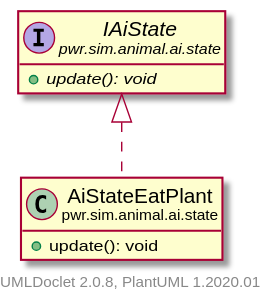
Earlier version of the PlantUML export pwr/sim/animal/ai/state/AiStateEatPlant.svg (Bravo555/oop-project).
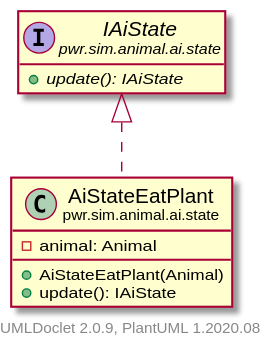
After the change.

Diff of the diagram source:
```diff
@@ -4,14 +4,16 @@
     hide empty methods
 
     class "<size:14>AiStateEatPlant\n<size:10>pwr.sim.animal.ai.state" as pwr.sim.animal.ai.state.AiStateEatPlant [[AiStateEatPlant.html]] {
-        +update(): void
+        -animal: Animal
+        +AiStateEatPlant(Animal)
+        +update(): IAiState
     }
 
     interface "<size:14>IAiState\n<size:10>pwr.sim.animal.ai.state" as pwr.sim.animal.ai.state.IAiState [[IAiState.html]] {
-        {abstract} +update(): void
+        {abstract} +update(): IAiState
     }
 
     pwr.sim.animal.ai.state.IAiState <|.. pwr.sim.animal.ai.state.AiStateEatPlant
 
-    center footer UMLDoclet 2.0.8, PlantUML 1.2020.01
+    center footer UMLDoclet 2.0.9, PlantUML 1.2020.08
 @enduml
```
